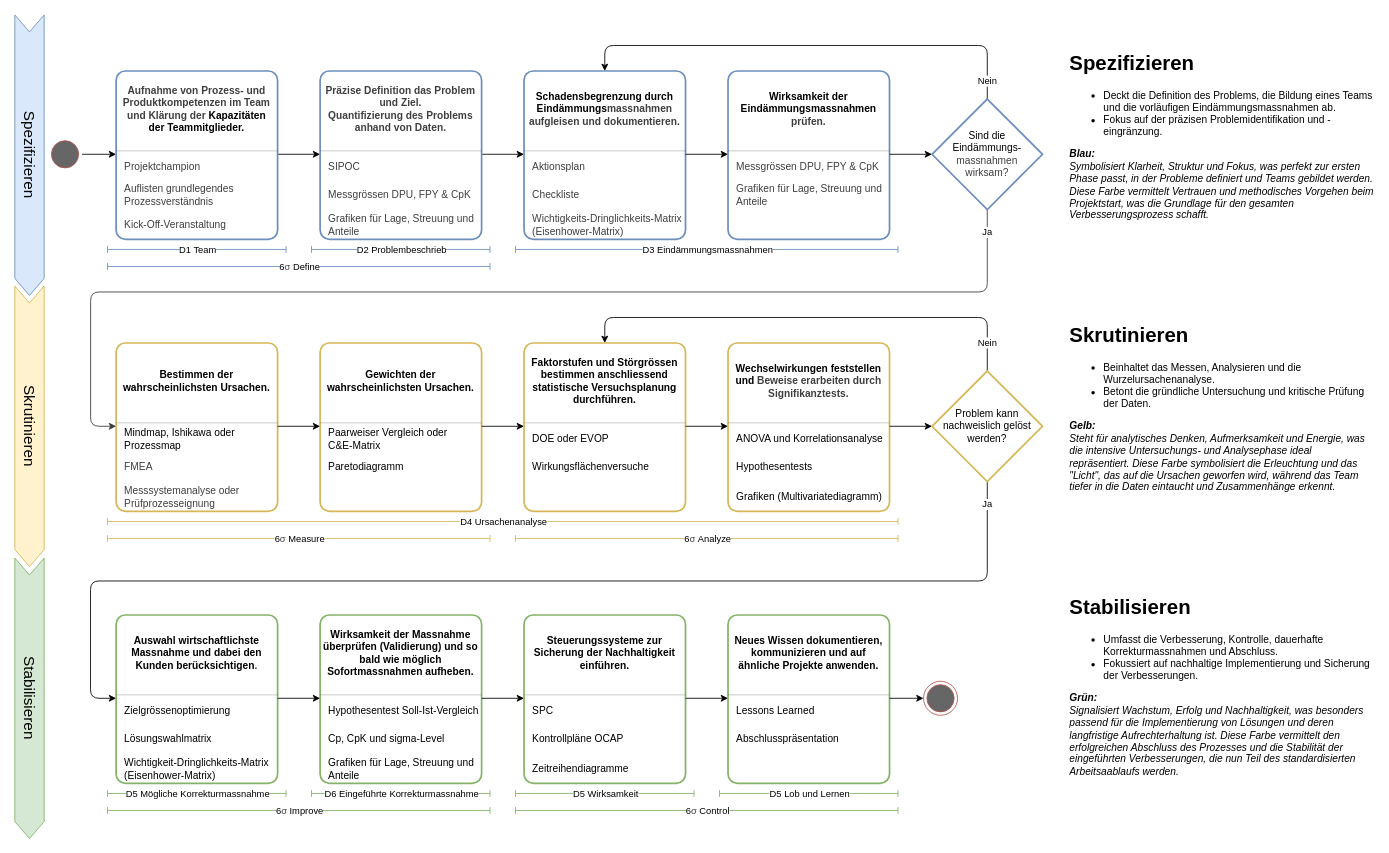
This is page "3s de" (2 of 2) of docs/guides/3s.drawio from j4ggr/DaSPi, a draw.io file, before an edit. Source tidied: cells renumbered, new cells numbered last; positions are measured from the earlier drawing's top-left corner, leaving out a move shared by most shapes. Both pictures are drawn from the tidied source at 85%, with x=0, y=0 at pixel (-111, 45).
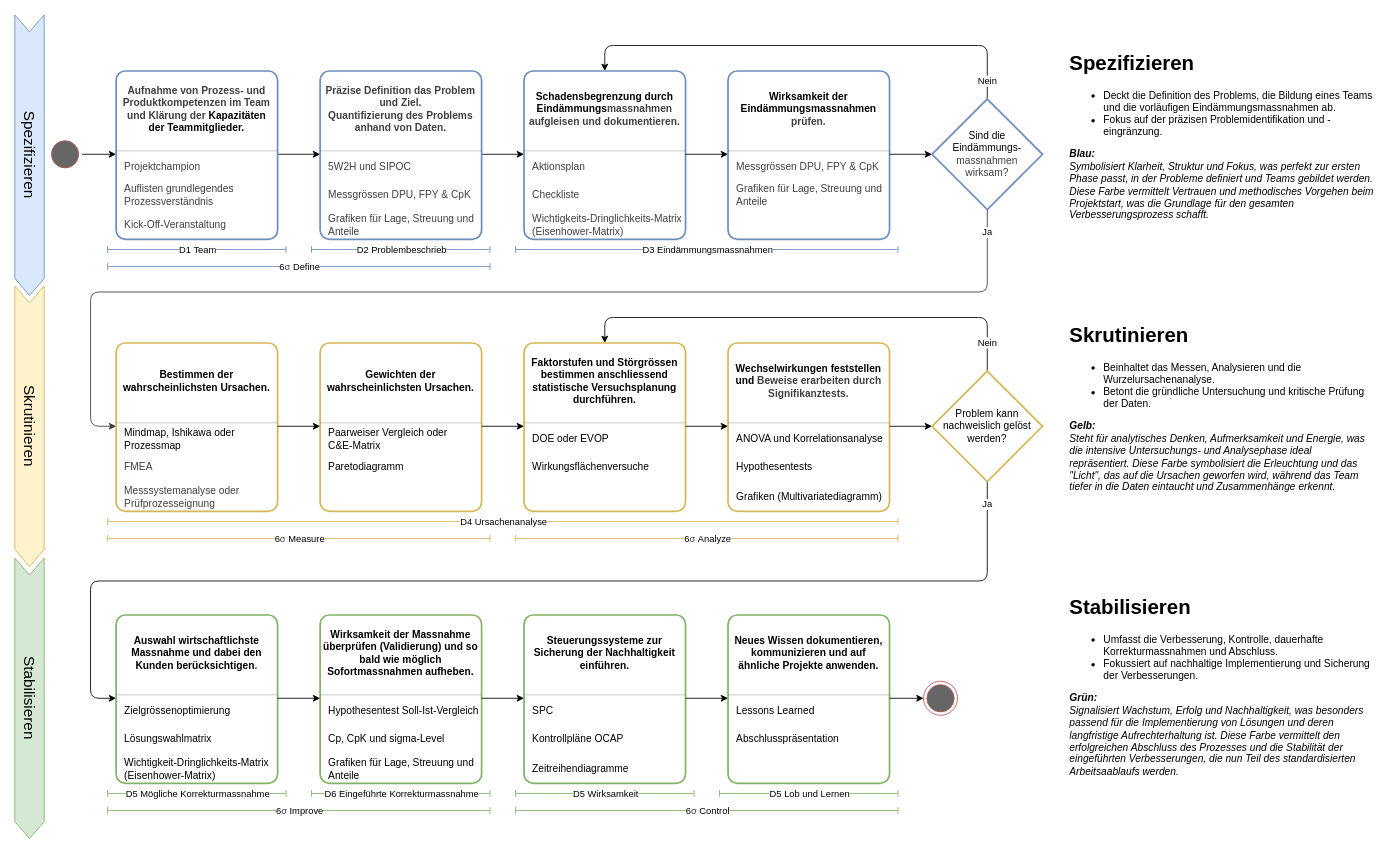
The same page after the edit.

The change refers to these unchanged cells:
```xml
<mxCell id="80" style="fontStyle=1;align=center;verticalAlign=middle;horizontal=1;rounded=1;absoluteArcSize=1;arcSize=22;fillColor=#FFFFFF;strokeColor=#6c8ebf;fontFamily=Helvetica;strokeWidth=2;" parent="1" vertex="1">
  <mxGeometry x="507.1" y="30" width="190" height="198" as="geometry" />
</mxCell>
```

The edit, as a diff of the source:
```diff
@@
-    <mxCell id="83" value="&lt;span style=&quot;color: rgb(63, 63, 63); text-align: center;&quot;&gt;SIPOC&lt;/span&gt;" style="html=1;align=left;spacing=0;spacingLeft=10;verticalAlign=middle;strokeColor=none;fillColor=none;whiteSpace=wrap;fontFamily=Helvetica;" parent="80" vertex="1">
+    <mxCell id="83" value="&lt;span style=&quot;color: rgb(63, 63, 63); text-align: center;&quot;&gt;5W2H und SIPOC&lt;/span&gt;" style="html=1;align=left;spacing=0;spacingLeft=10;verticalAlign=middle;strokeColor=none;fillColor=none;whiteSpace=wrap;fontFamily=Helvetica;" parent="80" vertex="1">
       <mxGeometry y="98" width="190" height="30" as="geometry" />
     </mxCell>
```
